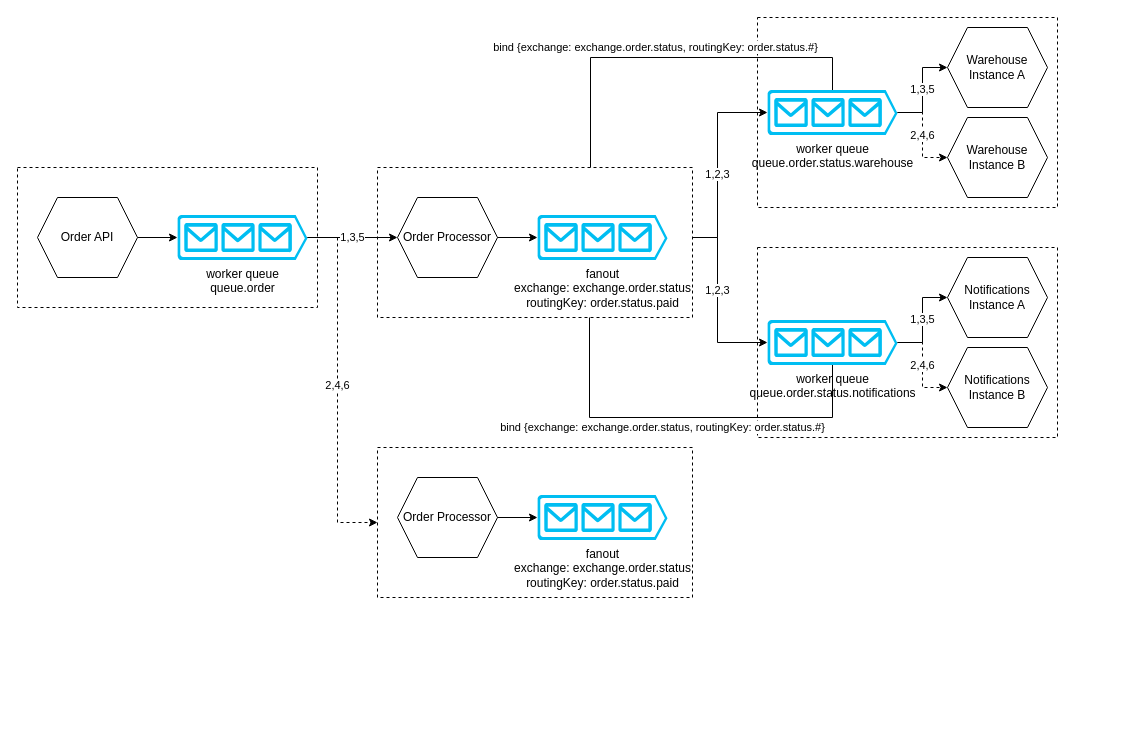
The draw.io diagram page "rabbitmq_integration" (2 of 4) of docs/DotNetRabbitMQIntegration.drawio in ivanenkomaksym/dotnet-messagebroker-demo, before the edit. Source tidied: cells renumbered, new cells numbered last; positions are measured from the earlier drawing's top-left corner, leaving out a move shared by most shapes. Both pictures are drawn from the tidied source at 100%, with x=0, y=0 at pixel (17, 17).
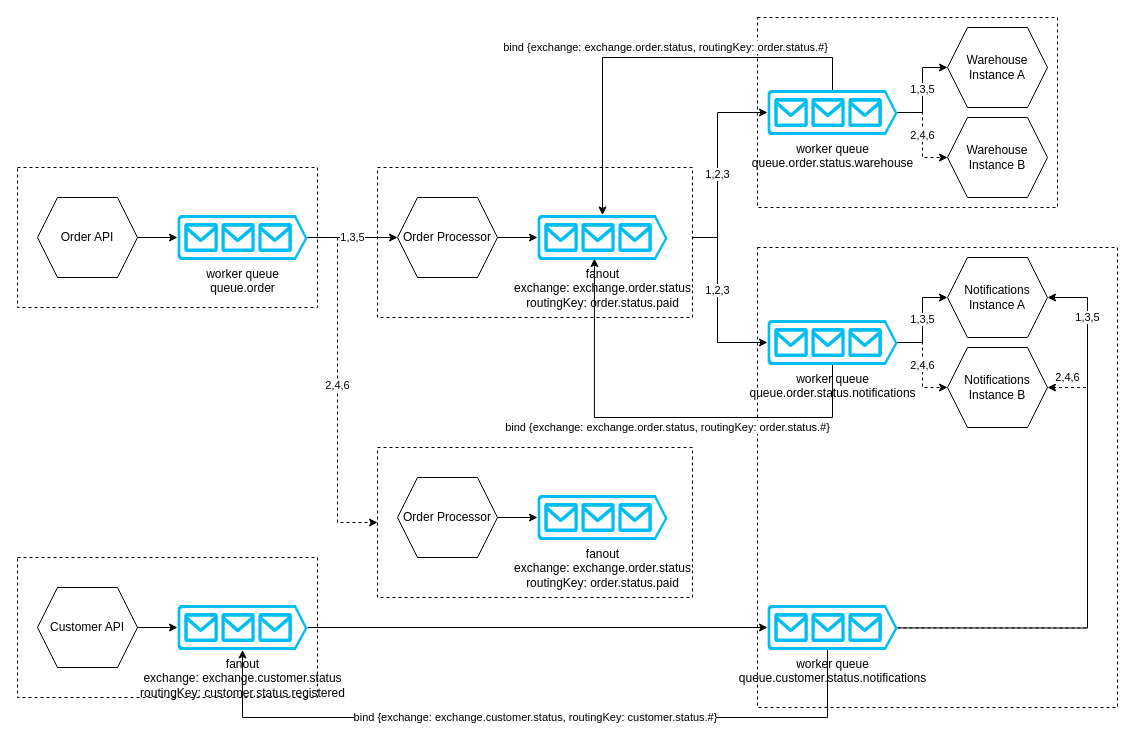
After the change.

Unchanged cells that the change refers to:
```xml
<mxCell id="7" value="worker queue&lt;br&gt;queue.order.status.warehouse" style="verticalLabelPosition=bottom;html=1;verticalAlign=top;align=center;strokeColor=none;fillColor=#00BEF2;shape=mxgraph.azure.queue_generic;" parent="3" vertex="1">
  <mxGeometry x="10" y="72.5" width="130" height="45" as="geometry" />
</mxCell>
<mxCell id="30" value="fanout&lt;br&gt;exchange: exchange.order.status&lt;br&gt;routingKey: order.status.paid" style="verticalLabelPosition=bottom;html=1;verticalAlign=top;align=center;strokeColor=none;fillColor=#00BEF2;shape=mxgraph.azure.queue_generic;" parent="27" vertex="1">
  <mxGeometry x="160" y="47.5" width="130" height="45" as="geometry" />
</mxCell>
```

What changed in the source:
```diff
@@
+    <mxCell id="12" style="rounded=0;whiteSpace=wrap;html=1;dashed=1;" parent="1" vertex="1">
+      <mxGeometry x="740" y="230" width="360" height="460" as="geometry" />
+    </mxCell>
@@
-    <mxCell id="10" style="group;" parent="1" vertex="1">
-      <mxGeometry x="740" y="230" width="300" height="190" as="geometry" />
-    </mxCell>
-    <mxCell id="11" style="group;" parent="10" vertex="1">
-      <mxGeometry width="300" height="190" as="geometry" />
-    </mxCell>
-    <mxCell id="12" style="rounded=0;whiteSpace=wrap;html=1;dashed=1;" parent="11" vertex="1">
-      <mxGeometry width="300" height="190" as="geometry" />
-    </mxCell>
-    <mxCell id="13" value="1,3,5" style="edgeStyle=orthogonalEdgeStyle;rounded=0;jettySize=auto;html=1;entryX=0;entryY=0.5;entryDx=0;entryDy=0;" parent="11" edge="1" source="15" target="16">
-      <mxGeometry relative="1" as="geometry" />
-    </mxCell>
-    <mxCell id="14" value="2,4,6" style="edgeStyle=orthogonalEdgeStyle;rounded=0;jettySize=auto;html=1;entryX=0;entryY=0.5;entryDx=0;entryDy=0;dashed=1;" parent="11" edge="1" source="15" target="17">
-      <mxGeometry relative="1" as="geometry" />
-    </mxCell>
-    <mxCell id="15" value="worker queue&lt;br&gt;queue.order.status.notifications" style="verticalLabelPosition=bottom;html=1;verticalAlign=top;align=center;strokeColor=none;fillColor=#00BEF2;shape=mxgraph.azure.queue_generic;" parent="11" vertex="1">
-      <mxGeometry x="10" y="72.5" width="130" height="45" as="geometry" />
-    </mxCell>
-    <mxCell id="16" value="Notifications&lt;br&gt;Instance A" style="shape=hexagon;perimeter=hexagonPerimeter2;whiteSpace=wrap;html=1;fixedSize=1;" parent="11" vertex="1">
-      <mxGeometry x="190" y="10" width="100" height="80" as="geometry" />
-    </mxCell>
-    <mxCell id="17" value="Notifications&lt;br&gt;Instance B" style="shape=hexagon;perimeter=hexagonPerimeter2;whiteSpace=wrap;html=1;fixedSize=1;" parent="11" vertex="1">
-      <mxGeometry x="190" y="100" width="100" height="80" as="geometry" />
-    </mxCell>
@@
-    <mxCell id="25" value="bind {exchange: exchange.order.status, routingKey: order.status.#}" style="edgeStyle=orthogonalEdgeStyle;rounded=0;jettySize=auto;html=1;entryX=0.446;entryY=0.1;entryDx=0;entryDy=0;entryPerimeter=0;" parent="1" edge="1" source="7" target="30">
-      <mxGeometry x="-0.05" y="-10" relative="1" as="geometry">
-        <Array as="points">
-          <mxPoint x="815" y="40" />
-          <mxPoint x="573" y="40" />
-        </Array>
-      </mxGeometry>
-    </mxCell>
-    <mxCell id="26" value="bind {exchange: exchange.order.status, routingKey: order.status.#}" style="edgeStyle=orthogonalEdgeStyle;rounded=0;jettySize=auto;html=1;entryX=0.438;entryY=0.967;entryDx=0;entryDy=0;entryPerimeter=0;" parent="1" edge="1" source="15" target="30">
-      <mxGeometry x="-0.03" y="10" relative="1" as="geometry">
-        <Array as="points">
-          <mxPoint x="815" y="400" />
-          <mxPoint x="572" y="400" />
-        </Array>
-      </mxGeometry>
-    </mxCell>
@@
+    <mxCell id="39" style="group;" parent="1" vertex="1">
+      <mxGeometry y="510" width="300" height="190" as="geometry" />
+    </mxCell>
+    <mxCell id="40" style="rounded=0;whiteSpace=wrap;html=1;dashed=1;" parent="39" vertex="1">
+      <mxGeometry y="30" width="300" height="140" as="geometry" />
+    </mxCell>
+    <mxCell id="41" value="fanout&lt;br&gt;exchange: exchange.customer.status&lt;br&gt;routingKey: customer.status.registered" style="verticalLabelPosition=bottom;html=1;verticalAlign=top;align=center;strokeColor=none;fillColor=#00BEF2;shape=mxgraph.azure.queue_generic;" parent="39" vertex="1">
+      <mxGeometry x="160" y="77.5" width="130" height="45" as="geometry" />
+    </mxCell>
+    <mxCell id="42" style="edgeStyle=orthogonalEdgeStyle;rounded=0;jettySize=auto;html=1;" parent="39" edge="1" source="43" target="41">
+      <mxGeometry relative="1" as="geometry" />
+    </mxCell>
+    <mxCell id="43" value="Customer API" style="shape=hexagon;perimeter=hexagonPerimeter2;whiteSpace=wrap;html=1;fixedSize=1;" parent="39" vertex="1">
+      <mxGeometry x="20" y="60" width="100" height="80" as="geometry" />
+    </mxCell>
+    <mxCell id="13" value="1,3,5" style="edgeStyle=orthogonalEdgeStyle;rounded=0;jettySize=auto;html=1;entryX=0;entryY=0.5;entryDx=0;entryDy=0;" parent="1" edge="1" source="15" target="16">
+      <mxGeometry relative="1" as="geometry" />
+    </mxCell>
+    <mxCell id="14" value="2,4,6" style="edgeStyle=orthogonalEdgeStyle;rounded=0;jettySize=auto;html=1;entryX=0;entryY=0.5;entryDx=0;entryDy=0;dashed=1;" parent="1" edge="1" source="15" target="17">
+      <mxGeometry relative="1" as="geometry" />
+    </mxCell>
+    <mxCell id="15" value="worker queue&lt;br&gt;queue.order.status.notifications" style="verticalLabelPosition=bottom;html=1;verticalAlign=top;align=center;strokeColor=none;fillColor=#00BEF2;shape=mxgraph.azure.queue_generic;" parent="1" vertex="1">
+      <mxGeometry x="750" y="302.5" width="130" height="45" as="geometry" />
+    </mxCell>
+    <mxCell id="16" value="Notifications&lt;br&gt;Instance A" style="shape=hexagon;perimeter=hexagonPerimeter2;whiteSpace=wrap;html=1;fixedSize=1;" parent="1" vertex="1">
+      <mxGeometry x="930" y="240" width="100" height="80" as="geometry" />
+    </mxCell>
+    <mxCell id="17" value="Notifications&lt;br&gt;Instance B" style="shape=hexagon;perimeter=hexagonPerimeter2;whiteSpace=wrap;html=1;fixedSize=1;" parent="1" vertex="1">
+      <mxGeometry x="930" y="330" width="100" height="80" as="geometry" />
+    </mxCell>
+    <mxCell id="44" value="1,3,5" style="edgeStyle=orthogonalEdgeStyle;rounded=0;jettySize=auto;html=1;exitX=1;exitY=0.51;exitDx=0;exitDy=0;exitPerimeter=0;" parent="1" edge="1" source="47">
+      <mxGeometry x="0.79" relative="1" as="geometry">
+        <mxPoint x="1030" y="280" as="targetPoint" />
+        <Array as="points">
+          <mxPoint x="1070" y="611" />
+          <mxPoint x="1070" y="280" />
+        </Array>
+        <mxPoint y="1" as="offset" />
+      </mxGeometry>
+    </mxCell>
+    <mxCell id="45" value="2,4,6" style="edgeStyle=orthogonalEdgeStyle;rounded=0;jettySize=auto;html=1;entryX=1;entryY=0.5;entryDx=0;entryDy=0;dashed=1;exitX=1;exitY=0.51;exitDx=0;exitDy=0;exitPerimeter=0;" parent="1" edge="1" source="47" target="17">
+      <mxGeometry x="0.92" y="-10" relative="1" as="geometry">
+        <Array as="points">
+          <mxPoint x="1070" y="611" />
+          <mxPoint x="1070" y="370" />
+        </Array>
+        <mxPoint x="1" as="offset" />
+      </mxGeometry>
+    </mxCell>
+    <mxCell id="46" value="bind {exchange: exchange.customer.status, routingKey: customer.status.#}" style="edgeStyle=orthogonalEdgeStyle;rounded=0;jettySize=auto;html=1;entryX=0.5;entryY=1;entryDx=0;entryDy=0;entryPerimeter=0;" parent="1" edge="1" source="47" target="41">
+      <mxGeometry relative="1" as="geometry">
+        <Array as="points">
+          <mxPoint x="810" y="700" />
+          <mxPoint x="225" y="700" />
+        </Array>
+      </mxGeometry>
+    </mxCell>
+    <mxCell id="47" value="worker queue&lt;br&gt;queue.customer.status.notifications" style="verticalLabelPosition=bottom;html=1;verticalAlign=top;align=center;strokeColor=none;fillColor=#00BEF2;shape=mxgraph.azure.queue_generic;" parent="1" vertex="1">
+      <mxGeometry x="750" y="587.5" width="130" height="45" as="geometry" />
+    </mxCell>
+    <mxCell id="48" style="edgeStyle=orthogonalEdgeStyle;rounded=0;jettySize=auto;html=1;entryX=0;entryY=0.5;entryDx=0;entryDy=0;entryPerimeter=0;" parent="1" edge="1" source="41" target="47">
+      <mxGeometry relative="1" as="geometry" />
+    </mxCell>
+    <mxCell id="26" value="bind {exchange: exchange.order.status, routingKey: order.status.#}" style="edgeStyle=orthogonalEdgeStyle;rounded=0;jettySize=auto;html=1;entryX=0.438;entryY=0.967;entryDx=0;entryDy=0;entryPerimeter=0;" parent="1" edge="1" source="15" target="30">
+      <mxGeometry x="-0.03" y="10" relative="1" as="geometry">
+        <Array as="points">
+          <mxPoint x="815" y="400" />
+          <mxPoint x="577" y="400" />
+        </Array>
+      </mxGeometry>
+    </mxCell>
+    <mxCell id="25" value="bind {exchange: exchange.order.status, routingKey: order.status.#}" style="edgeStyle=orthogonalEdgeStyle;rounded=0;jettySize=auto;html=1;entryX=0.5;entryY=0;entryDx=0;entryDy=0;entryPerimeter=0;" parent="1" edge="1" source="7" target="30">
+      <mxGeometry x="-0.05" y="-10" relative="1" as="geometry">
+        <Array as="points">
+          <mxPoint x="815" y="40" />
+          <mxPoint x="585" y="40" />
+        </Array>
+      </mxGeometry>
+    </mxCell>
```
